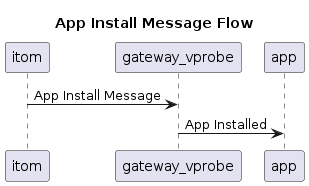
This is images/app_install_flow.png from gupteswarameesala/sdk2.0, a PlantUML export, as it was before one commit.
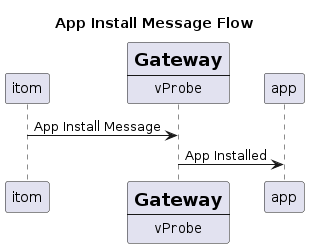
The same diagram one commit later.

What changed in the source:
```diff
@@ -2,7 +2,14 @@
 
 title App Install Message Flow
 
-itom -> gateway_vprobe: App Install Message
-gateway_vprobe -> app: App Installed
+participant itom
+participant Gateway [
+    =Gateway
+    ----
+    ""vProbe""
+]
+
+itom -> Gateway: App Install Message
+Gateway -> app: App Installed
 
 @enduml
```
